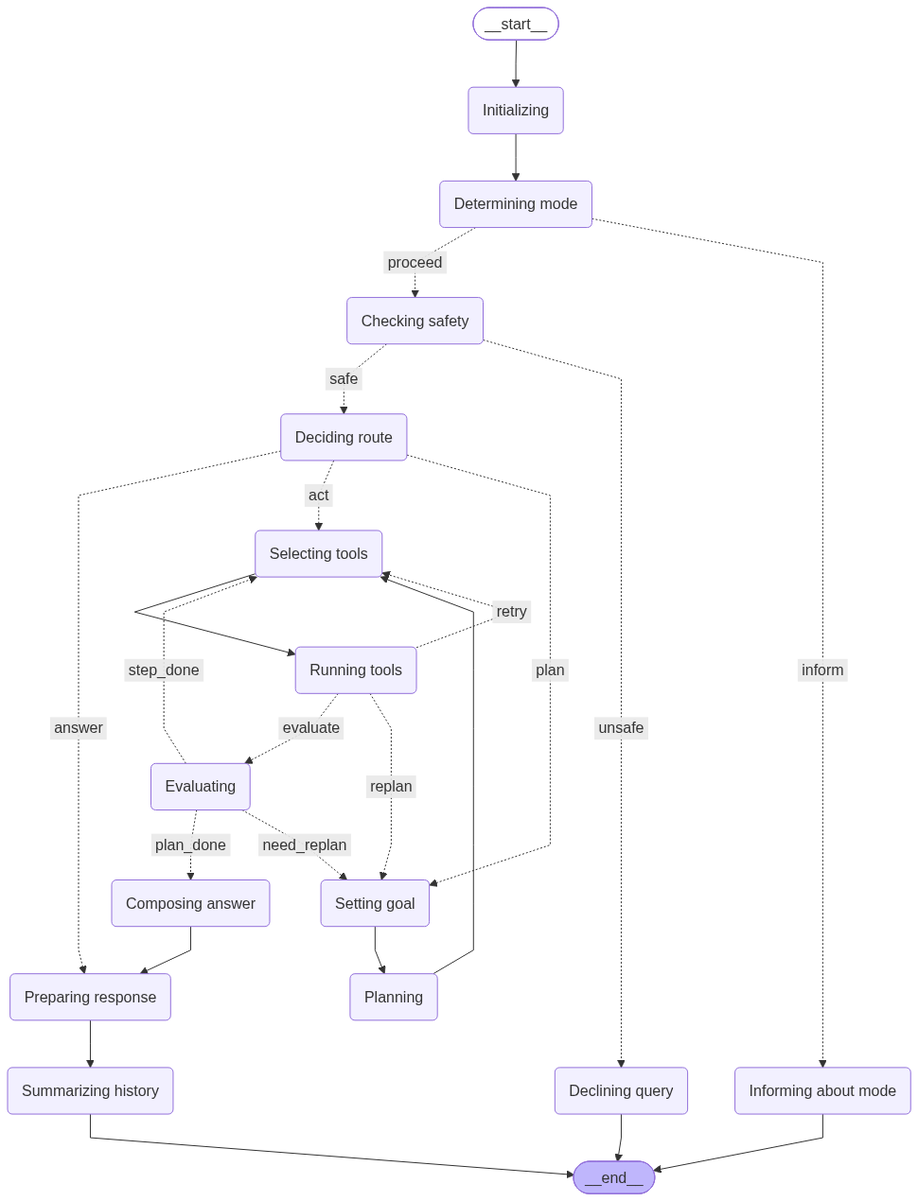
This is agent_pkg/example-configs/klea-agent-lang-graph.png from NeuroML/klea, a Mermaid export, as it was before one commit. Its source is kept beside it as agent_pkg/example-configs/klea-agent-lang-graph.mmd.
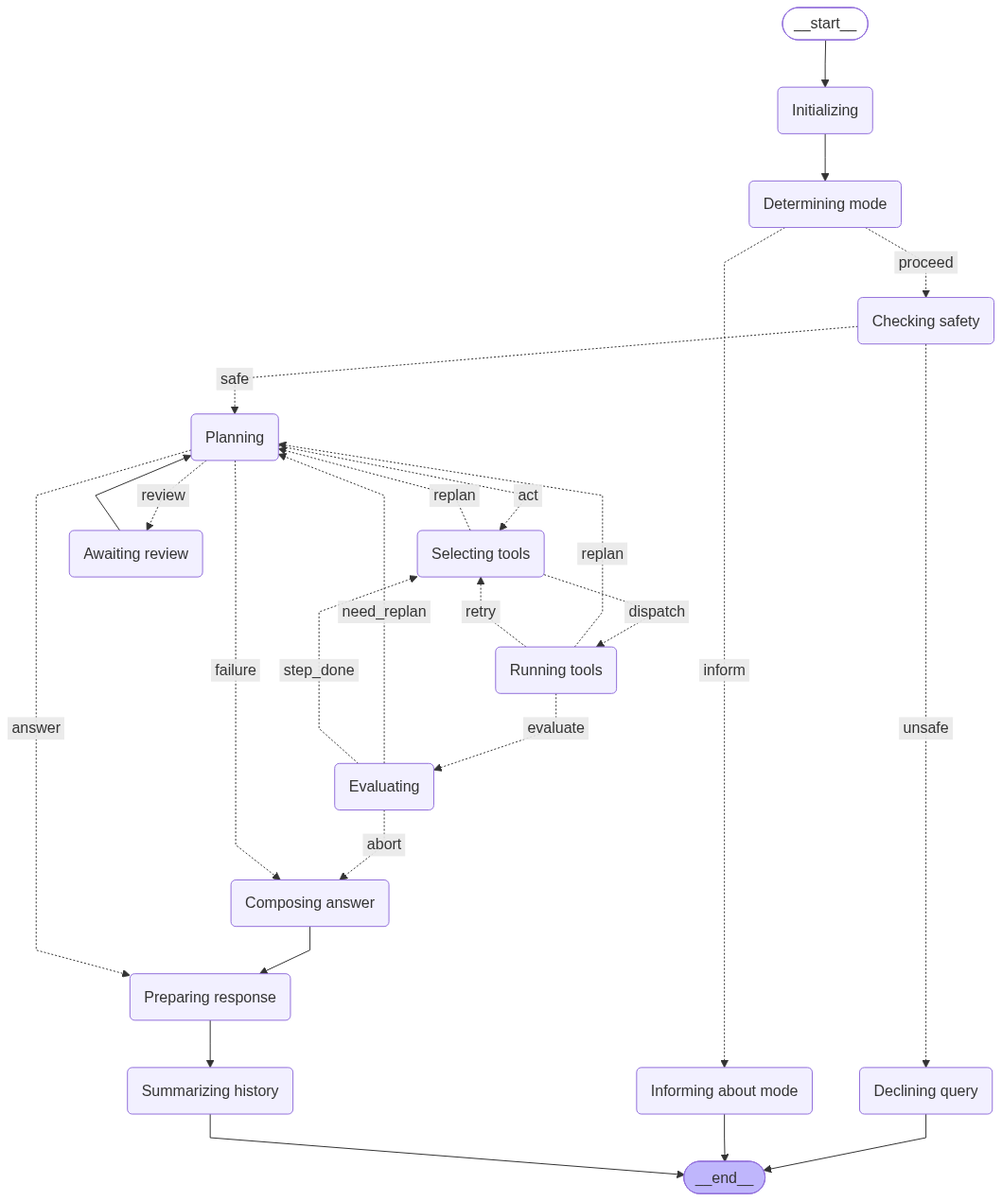
The same file after the commit.

Commit message:
feat(klea-agent): update docs/changelog

Diff of the diagram source:
```diff
@@ -10,35 +10,35 @@
 	Informing\20about\20mode(Informing about mode)
 	Checking\20safety(Checking safety)
 	Declining\20query(Declining query)
-	Setting\20goal(Setting goal)
-	Deciding\20route(Deciding route)
 	Planning(Planning)
 	Selecting\20tools(Selecting tools)
 	Running\20tools(Running tools)
 	Evaluating(Evaluating)
 	Composing\20answer(Composing answer)
 	Preparing\20response(Preparing response)
+	Awaiting\20review(Awaiting review)
 	Summarizing\20history(Summarizing history)
 	__end__([<p>__end__</p>]):::last
-	Checking\20safety -. &nbsp;safe&nbsp; .-> Deciding\20route;
+	Awaiting\20review --> Planning;
 	Checking\20safety -. &nbsp;unsafe&nbsp; .-> Declining\20query;
+	Checking\20safety -. &nbsp;safe&nbsp; .-> Planning;
 	Composing\20answer --> Preparing\20response;
-	Deciding\20route -. &nbsp;answer&nbsp; .-> Preparing\20response;
-	Deciding\20route -. &nbsp;act&nbsp; .-> Selecting\20tools;
-	Deciding\20route -. &nbsp;plan&nbsp; .-> Setting\20goal;
 	Determining\20mode -. &nbsp;proceed&nbsp; .-> Checking\20safety;
 	Determining\20mode -. &nbsp;inform&nbsp; .-> Informing\20about\20mode;
-	Evaluating -. &nbsp;plan_done&nbsp; .-> Composing\20answer;
+	Evaluating -. &nbsp;abort&nbsp; .-> Composing\20answer;
+	Evaluating -. &nbsp;need_replan&nbsp; .-> Planning;
 	Evaluating -. &nbsp;step_done&nbsp; .-> Selecting\20tools;
-	Evaluating -. &nbsp;need_replan&nbsp; .-> Setting\20goal;
 	Initializing --> Determining\20mode;
-	Planning --> Selecting\20tools;
+	Planning -. &nbsp;review&nbsp; .-> Awaiting\20review;
+	Planning -. &nbsp;failure&nbsp; .-> Composing\20answer;
+	Planning -. &nbsp;answer&nbsp; .-> Preparing\20response;
+	Planning -. &nbsp;act&nbsp; .-> Selecting\20tools;
 	Preparing\20response --> Summarizing\20history;
 	Running\20tools -. &nbsp;evaluate&nbsp; .-> Evaluating;
+	Running\20tools -. &nbsp;replan&nbsp; .-> Planning;
 	Running\20tools -. &nbsp;retry&nbsp; .-> Selecting\20tools;
-	Running\20tools -. &nbsp;replan&nbsp; .-> Setting\20goal;
-	Selecting\20tools --> Running\20tools;
-	Setting\20goal --> Planning;
+	Selecting\20tools -. &nbsp;replan&nbsp; .-> Planning;
+	Selecting\20tools -. &nbsp;dispatch&nbsp; .-> Running\20tools;
 	__start__ --> Initializing;
 	Declining\20query --> __end__;
 	Informing\20about\20mode --> __end__;
```
